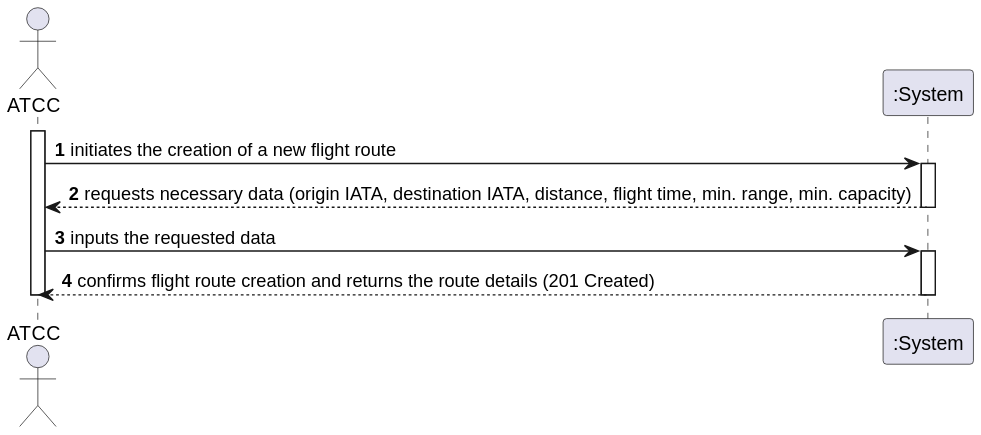
Above: docs/use-cases/WP#3A/US110/svg/US110-SSD.svg in Andre-1240567/psoft2026_2DB_1240567_1241013_1240624 (PlantUML), before the change. Source of this version:
```plantuml
@startuml
autonumber
actor "ATCC" as ATCC
participant ":System" as System

activate ATCC
ATCC -> System: initiates the creation of a new flight route
activate System
System --> ATCC: requests necessary data (origin IATA, destination IATA, distance, flight time, min. range, min. capacity)
deactivate System

ATCC -> System: inputs the requested data
activate System
System --> ATCC: confirms flight route creation and returns the route details (201 Created)
deactivate System
deactivate ATCC
@enduml
```
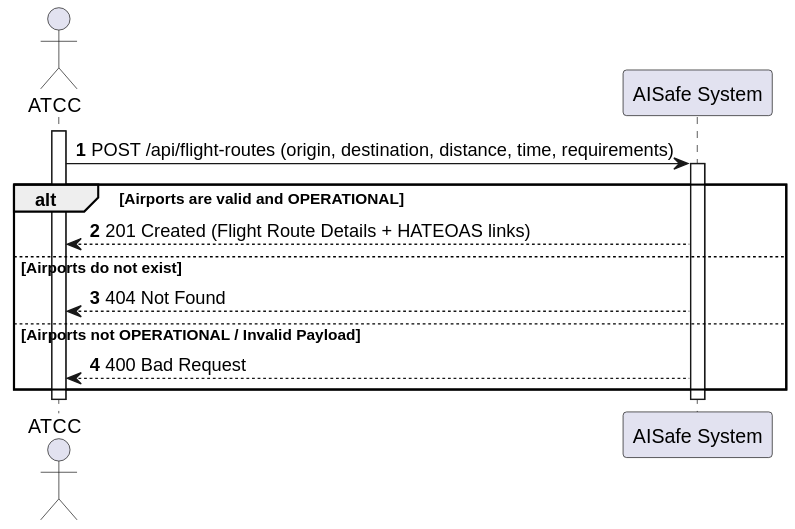
The same file after the commit.

The edit, as a diff of the source:
```diff
@@ -1,17 +1,20 @@
 @startuml
 autonumber
 actor "ATCC" as ATCC
-participant ":System" as System
+participant "AISafe System" as System
 
 activate ATCC
-ATCC -> System: initiates the creation of a new flight route
+ATCC -> System: POST /api/flight-routes (origin, destination, distance, time, requirements)
 activate System
-System --> ATCC: requests necessary data (origin IATA, destination IATA, distance, flight time, min. range, min. capacity)
-deactivate System
 
-ATCC -> System: inputs the requested data
-activate System
-System --> ATCC: confirms flight route creation and returns the route details (201 Created)
+alt Airports are valid and OPERATIONAL
+    System --> ATCC: 201 Created (Flight Route Details + HATEOAS links)
+else Airports do not exist
+    System --> ATCC: 404 Not Found
+else Airports not OPERATIONAL / Invalid Payload
+    System --> ATCC: 400 Bad Request
+end
+
 deactivate System
 deactivate ATCC
 @enduml
```
